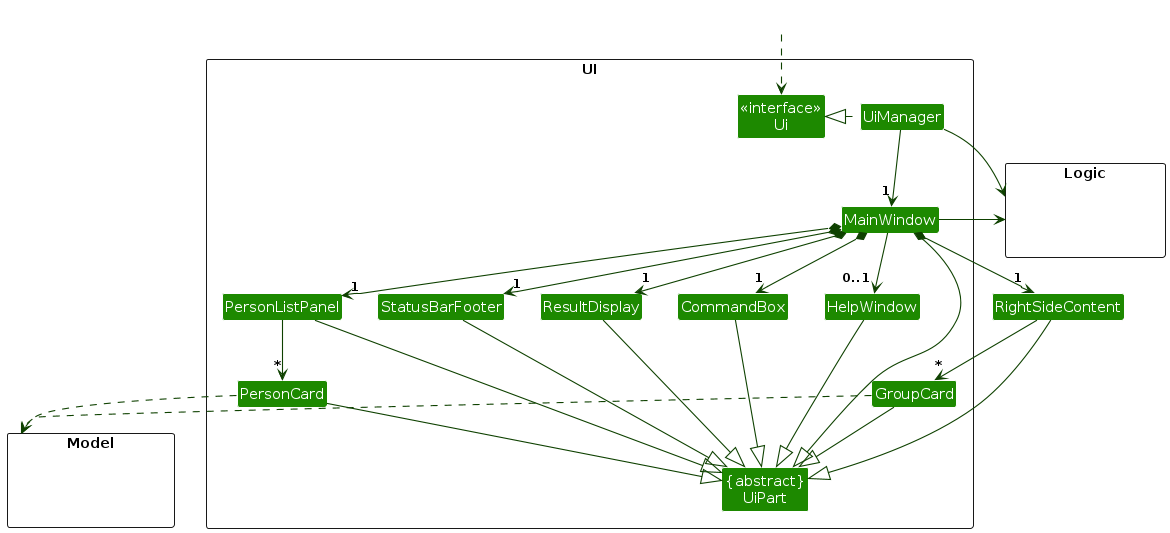
AY2324S2-CS2103T-W13-3/tp keeps this PlantUML diagram as diagrams/UiClassDiagram.png. Above is the earlier version. Its source is kept beside it as diagrams/UiClassDiagram.puml.
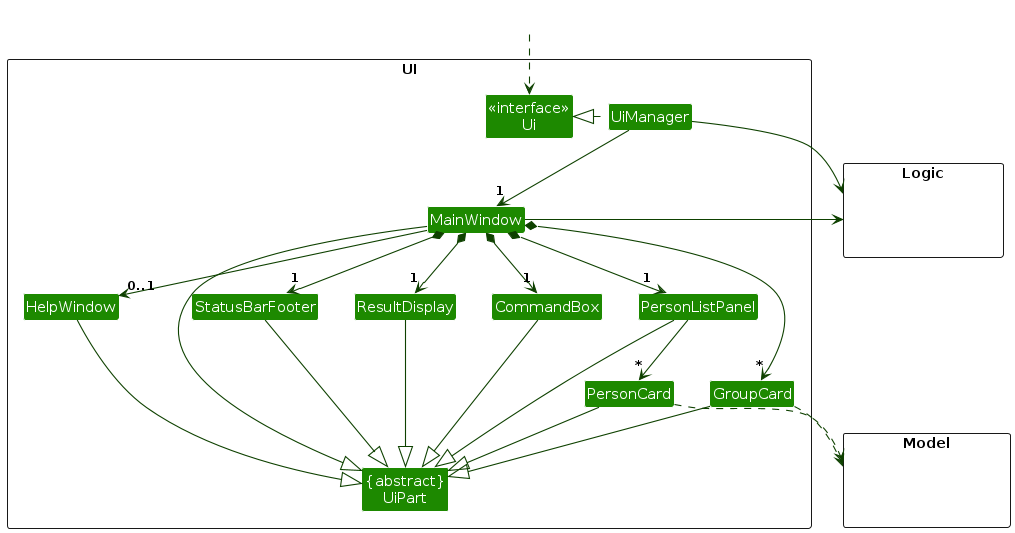
After the commit.

Change to the diagram source:
```diff
@@ -35,11 +35,10 @@
 MainWindow *-down-> "1" ResultDisplay
 MainWindow *-down-> "1" PersonListPanel
 MainWindow *-down-> "1" StatusBarFooter
-MainWindow *-down-> "1" RightSideContent
+MainWindow *-down-> "*" GroupCard
 MainWindow --> "0..1" HelpWindow
 
 PersonListPanel -down-> "*" PersonCard
-RightSideContent -down-> "*" GroupCard
 
 MainWindow -left-|> UiPart
 
@@ -47,7 +46,6 @@
 CommandBox --|> UiPart
 PersonListPanel --|> UiPart
 PersonCard --|> UiPart
-RightSideContent --|> UiPart
 GroupCard --|> UiPart
 StatusBarFooter --|> UiPart
 HelpWindow --|> UiPart
```
